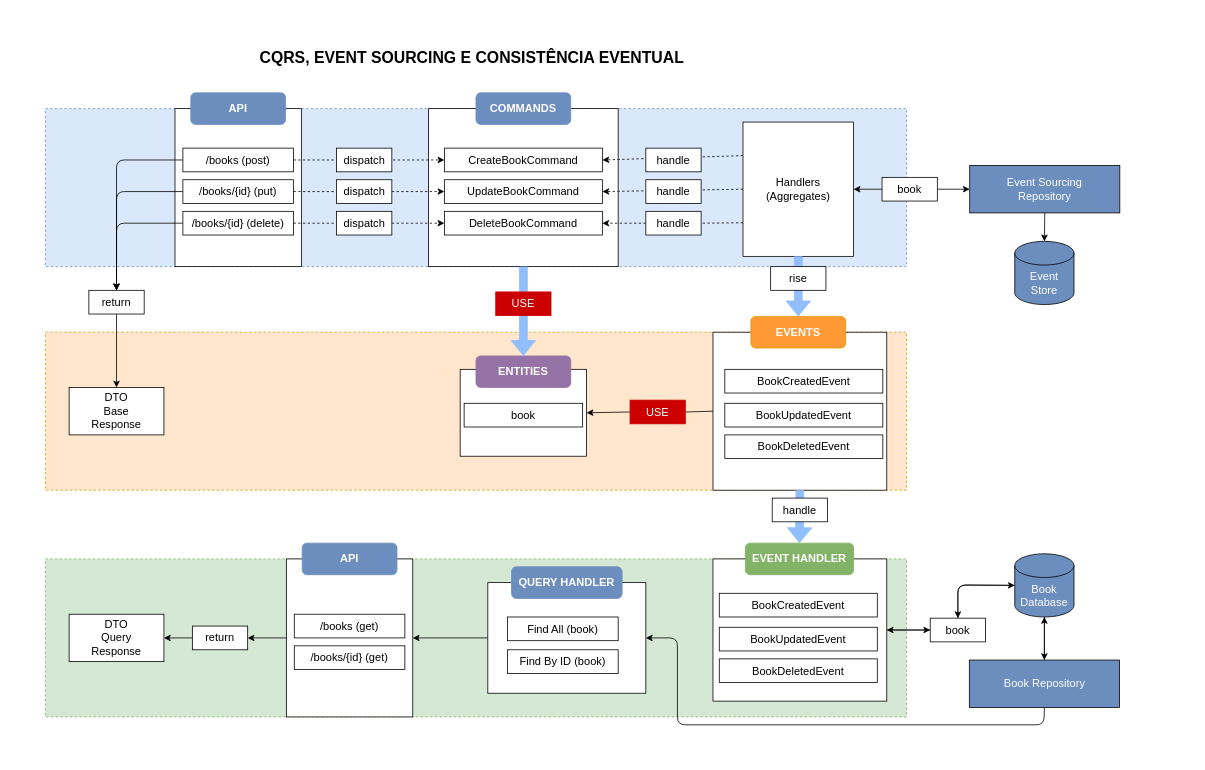
Earlier version of the draw.io diagram docs/drawings/solution-diagram.drawio (mmendespro/spring-cqrs-cap-example). Source tidied: cells renumbered, new cells numbered last; positions are measured from the earlier drawing's top-left corner, leaving out a move shared by most shapes. Both pictures are drawn from the tidied source at 79%, with x=0, y=0 at pixel (45, 45).
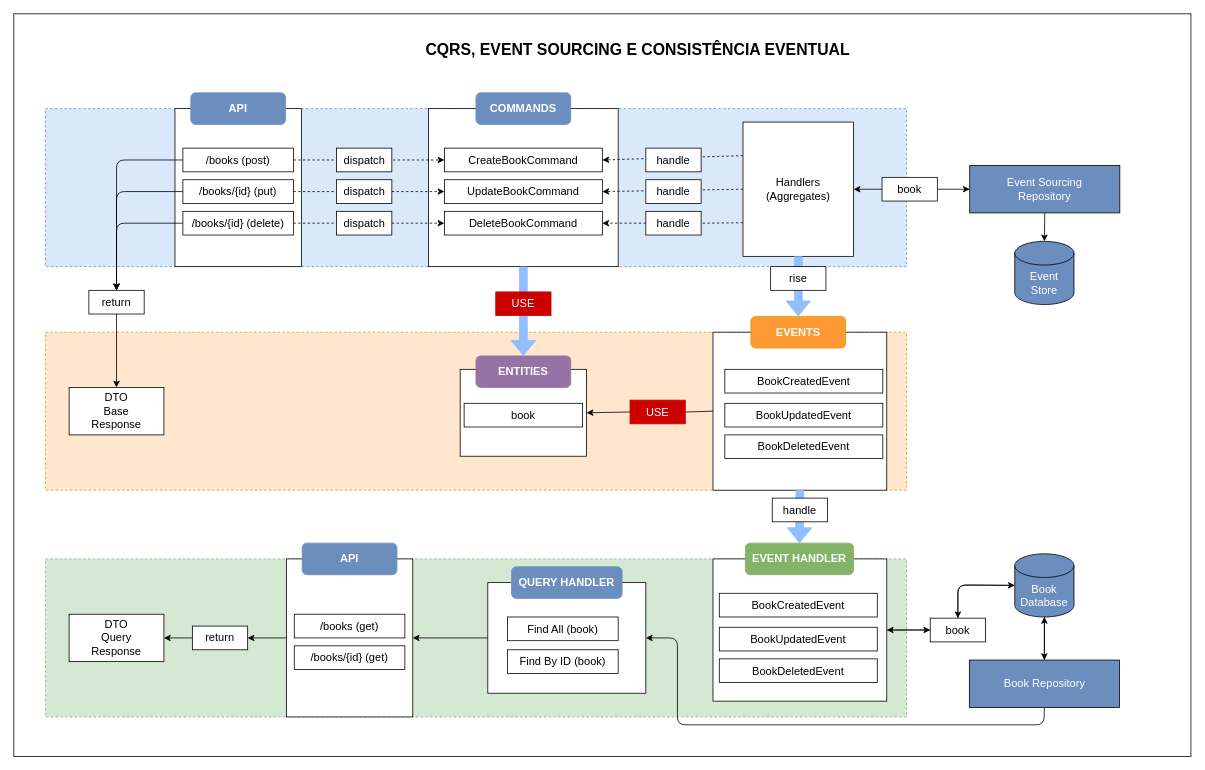
Above is the later version.

The edit, as a diff of the source:
```diff
@@
+    <mxCell id="89" style="rounded=0;whiteSpace=wrap;html=1;" parent="1" vertex="1">
+      <mxGeometry x="-40" y="-40" width="1490" height="940" as="geometry" />
+    </mxCell>
@@
     <mxCell id="88" value="CQRS, EVENT SOURCING E CONSISTÊNCIA EVENTUAL" style="text;html=1;strokeColor=none;fillColor=none;align=center;verticalAlign=middle;whiteSpace=wrap;rounded=0;fontSize=20;fontColor=#000000;fontStyle=1;" parent="1" vertex="1">
-      <mxGeometry x="260" width="560" height="30" as="geometry" />
+      <mxGeometry x="470" y="-10" width="560" height="30" as="geometry" />
     </mxCell>
```
